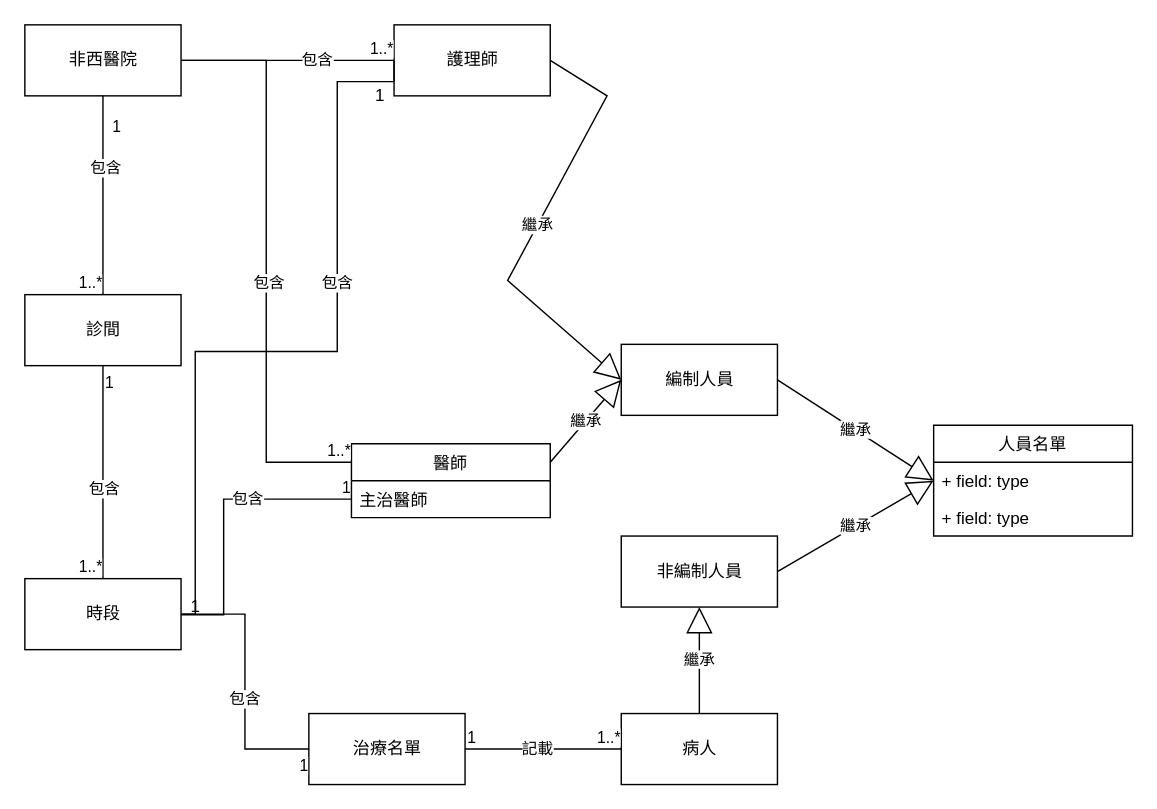
The draw.io diagram Clinic.drawio in today16/110-2HW2, before the edit. Source tidied: cells renumbered, new cells numbered last; positions are measured from the earlier drawing's top-left corner, leaving out a move shared by most shapes. Both pictures are drawn from the tidied source at 142%, with x=0, y=0 at pixel (24, 24).
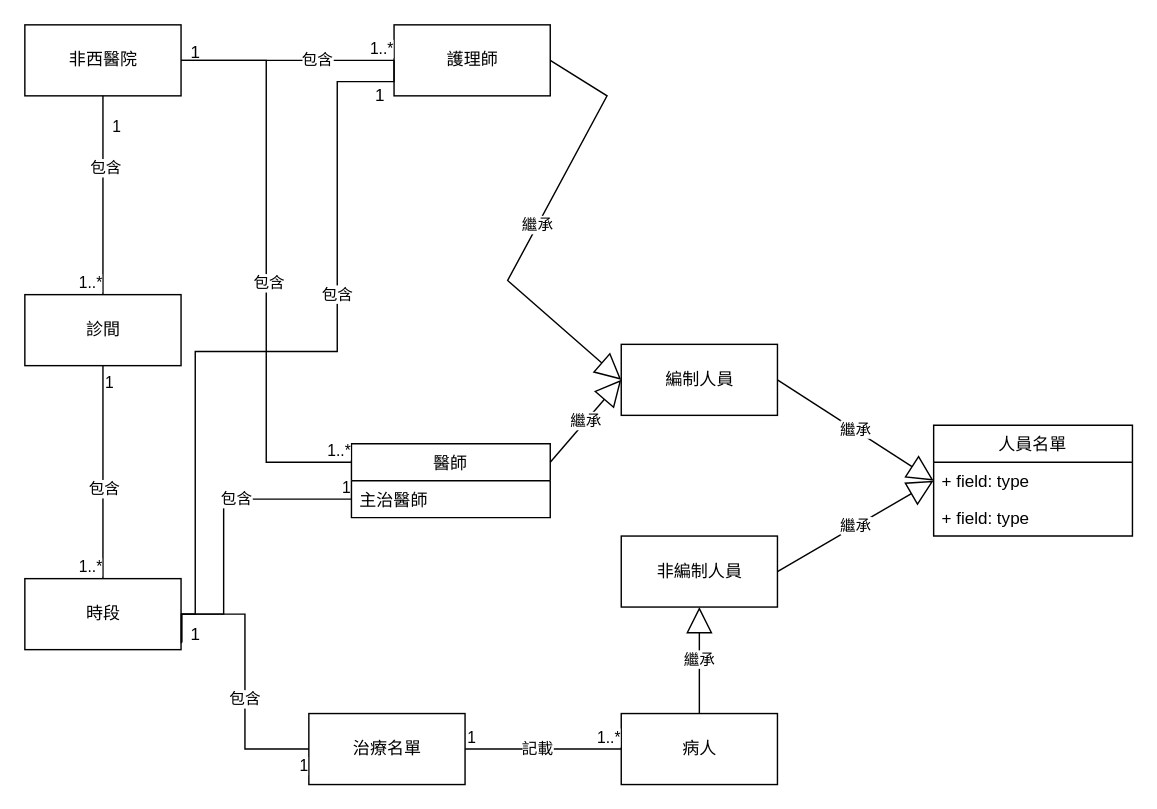
Above is the later version.

What changed in the source:
```diff
@@
     <mxCell id="36" value="1" style="text;html=1;align=center;verticalAlign=middle;points=[];strokeColor=none;fillColor=none;" parent="1" vertex="1">
-      <mxGeometry x="110" y="400" width="20" height="20" as="geometry" />
+      <mxGeometry x="110" y="420" width="20" height="20" as="geometry" />
     </mxCell>
@@
+    <mxCell id="49" value="1" style="text;html=1;align=center;verticalAlign=middle;strokeColor=none;fillColor=none;" parent="1" vertex="1">
+      <mxGeometry x="110" y="10" width="20" height="20" as="geometry" />
+    </mxCell>
```
